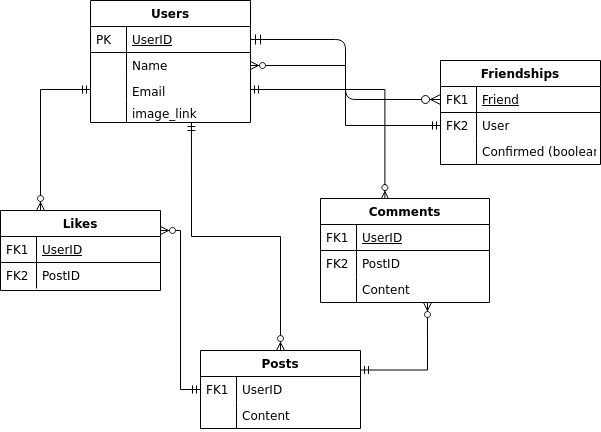
This is docs/social_media.png from microverseinc/ror-social-scaffold, a draw.io export, as it was before one commit. Source tidied: cells renumbered, new cells last; positions are measured from the earlier drawing's top-left corner, leaving out a move shared by most shapes.
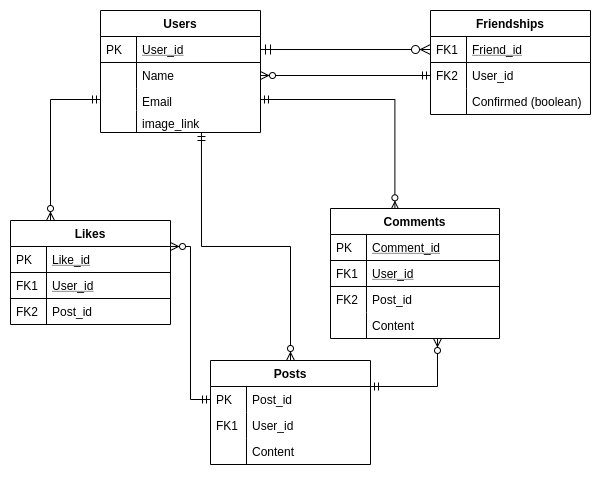
Above is the later version.

Commit message:
update doc img of ERB

Diff of the diagram source:
```diff
@@ -25,74 +25,71 @@
     <mxCell id="8" style="edgeStyle=orthogonalEdgeStyle;rounded=0;jettySize=auto;html=1;exitX=1;exitY=0.5;exitDx=0;exitDy=0;entryX=0.381;entryY=0.01;entryDx=0;entryDy=0;entryPerimeter=0;endArrow=ERzeroToMany;endFill=1;startArrow=ERmandOne;startFill=0;" parent="1" edge="1" source="38" target="26">
       <mxGeometry relative="1" as="geometry" />
     </mxCell>
-    <mxCell id="9" value="Friendships" style="swimlane;fontStyle=1;horizontal=1;startSize=26;rounded=0;shadow=0;strokeWidth=1;" parent="1" vertex="1">
-      <mxGeometry x="440" y="60" width="160" height="104" as="geometry" />
-    </mxCell>
-    <mxCell id="10" value="Friend" style="shape=partialRectangle;top=0;left=0;right=0;bottom=1;align=left;verticalAlign=top;fillColor=none;spacingLeft=40;spacingRight=4;overflow=hidden;points=[[0,0.5],[1,0.5]];portConstraint=eastwest;rounded=0;shadow=0;strokeWidth=1;fontStyle=4;" parent="9" vertex="1">
-      <mxGeometry y="26" width="160" height="26" as="geometry" />
-    </mxCell>
-    <mxCell id="11" value="FK1" style="shape=partialRectangle;top=0;left=0;bottom=0;fillColor=none;align=left;verticalAlign=top;spacingLeft=4;spacingRight=4;overflow=hidden;" parent="10" vertex="1">
-      <mxGeometry width="36" height="26" as="geometry" />
-    </mxCell>
-    <mxCell id="12" value="User" style="shape=partialRectangle;top=0;left=0;right=0;bottom=0;align=left;verticalAlign=top;fillColor=none;spacingLeft=40;spacingRight=4;overflow=hidden;points=[[0,0.5],[1,0.5]];portConstraint=eastwest;rounded=0;shadow=0;strokeWidth=1;" parent="9" vertex="1">
-      <mxGeometry y="52" width="160" height="26" as="geometry" />
-    </mxCell>
-    <mxCell id="13" value="FK2" style="shape=partialRectangle;top=0;left=0;bottom=0;fillColor=none;align=left;verticalAlign=top;spacingLeft=4;spacingRight=4;overflow=hidden;" parent="12" vertex="1">
-      <mxGeometry width="36" height="26" as="geometry" />
-    </mxCell>
-    <mxCell id="14" value="Confirmed (boolean)" style="shape=partialRectangle;top=0;left=0;right=0;bottom=0;align=left;verticalAlign=top;fillColor=none;spacingLeft=40;spacingRight=4;overflow=hidden;rounded=0;shadow=0;strokeWidth=1;" parent="9" vertex="1">
-      <mxGeometry y="78" width="160" height="26" as="geometry" />
-    </mxCell>
-    <mxCell id="15" style="shape=partialRectangle;top=0;left=0;bottom=0;fillColor=none;align=left;verticalAlign=top;spacingLeft=4;spacingRight=4;overflow=hidden;" parent="14" vertex="1">
-      <mxGeometry width="36" height="26" as="geometry" />
-    </mxCell>
     <mxCell id="16" value="Likes" style="swimlane;fontStyle=1;horizontal=1;startSize=26;rounded=0;shadow=0;strokeWidth=1;" parent="1" vertex="1">
-      <mxGeometry y="210" width="160" height="80" as="geometry" />
+      <mxGeometry y="210" width="160" height="104" as="geometry" />
     </mxCell>
+    <mxCell id="42" value="Like_id" style="shape=partialRectangle;top=0;left=0;right=0;bottom=1;align=left;verticalAlign=top;fillColor=none;spacingLeft=40;spacingRight=4;overflow=hidden;rounded=0;shadow=0;strokeWidth=1;fontStyle=4;" parent="16" vertex="1">
+      <mxGeometry y="26" width="160" height="26" as="geometry" />
+    </mxCell>
+    <mxCell id="43" value="PK" style="shape=partialRectangle;top=0;left=0;bottom=0;fillColor=none;align=left;verticalAlign=top;spacingLeft=4;spacingRight=4;overflow=hidden;" parent="42" vertex="1">
+      <mxGeometry width="36" height="26" as="geometry" />
+    </mxCell>
-    <mxCell id="17" value="UserID" style="shape=partialRectangle;top=0;left=0;right=0;bottom=1;align=left;verticalAlign=top;fillColor=none;spacingLeft=40;spacingRight=4;overflow=hidden;rounded=0;shadow=0;strokeWidth=1;fontStyle=4;" parent="16" vertex="1">
-      <mxGeometry y="26" width="160" height="26" as="geometry" />
+    <mxCell id="17" value="User_id" style="shape=partialRectangle;top=0;left=0;right=0;bottom=1;align=left;verticalAlign=top;fillColor=none;spacingLeft=40;spacingRight=4;overflow=hidden;rounded=0;shadow=0;strokeWidth=1;fontStyle=4;" parent="16" vertex="1">
+      <mxGeometry y="52" width="160" height="26" as="geometry" />
     </mxCell>
     <mxCell id="18" value="FK1" style="shape=partialRectangle;top=0;left=0;bottom=0;fillColor=none;align=left;verticalAlign=top;spacingLeft=4;spacingRight=4;overflow=hidden;" parent="17" vertex="1">
       <mxGeometry width="36" height="26" as="geometry" />
     </mxCell>
-    <mxCell id="19" value="PostID" style="shape=partialRectangle;top=0;left=0;right=0;bottom=0;align=left;verticalAlign=top;fillColor=none;spacingLeft=40;spacingRight=4;overflow=hidden;rounded=0;shadow=0;strokeWidth=1;" parent="16" vertex="1">
-      <mxGeometry y="52" width="160" height="26" as="geometry" />
+    <mxCell id="19" value="Post_id" style="shape=partialRectangle;top=0;left=0;right=0;bottom=0;align=left;verticalAlign=top;fillColor=none;spacingLeft=40;spacingRight=4;overflow=hidden;rounded=0;shadow=0;strokeWidth=1;" parent="16" vertex="1">
+      <mxGeometry y="78" width="160" height="26" as="geometry" />
     </mxCell>
     <mxCell id="20" value="FK2" style="shape=partialRectangle;top=0;left=0;bottom=0;fillColor=none;align=left;verticalAlign=top;spacingLeft=4;spacingRight=4;overflow=hidden;" parent="19" vertex="1">
       <mxGeometry width="36" height="26" as="geometry" />
     </mxCell>
     <mxCell id="21" value="Posts" style="swimlane;fontStyle=1;horizontal=1;startSize=26;rounded=0;shadow=0;strokeWidth=1;" parent="1" vertex="1">
-      <mxGeometry x="200" y="350" width="160" height="78" as="geometry" />
+      <mxGeometry x="200" y="350" width="160" height="104" as="geometry" />
     </mxCell>
-    <mxCell id="22" value="UserID" style="shape=partialRectangle;top=0;left=0;right=0;bottom=0;align=left;verticalAlign=top;fillColor=none;spacingLeft=40;spacingRight=4;overflow=hidden;rounded=0;shadow=0;strokeWidth=1;" parent="21" vertex="1">
+    <mxCell id="22" value="Post_id" style="shape=partialRectangle;top=0;left=0;right=0;bottom=0;align=left;verticalAlign=top;fillColor=none;spacingLeft=40;spacingRight=4;overflow=hidden;rounded=0;shadow=0;strokeWidth=1;" parent="21" vertex="1">
       <mxGeometry y="26" width="160" height="26" as="geometry" />
     </mxCell>
-    <mxCell id="23" value="FK1" style="shape=partialRectangle;top=0;left=0;bottom=0;fillColor=none;align=left;verticalAlign=top;spacingLeft=4;spacingRight=4;overflow=hidden;" parent="22" vertex="1">
+    <mxCell id="23" value="PK" style="shape=partialRectangle;top=0;left=0;bottom=0;fillColor=none;align=left;verticalAlign=top;spacingLeft=4;spacingRight=4;overflow=hidden;" parent="22" vertex="1">
       <mxGeometry width="36" height="26" as="geometry" />
     </mxCell>
+    <mxCell id="44" value="User_id" style="shape=partialRectangle;top=0;left=0;right=0;bottom=0;align=left;verticalAlign=top;fillColor=none;spacingLeft=40;spacingRight=4;overflow=hidden;rounded=0;shadow=0;strokeWidth=1;" parent="21" vertex="1">
+      <mxGeometry y="52" width="160" height="26" as="geometry" />
+    </mxCell>
+    <mxCell id="45" value="FK1" style="shape=partialRectangle;top=0;left=0;bottom=0;fillColor=none;align=left;verticalAlign=top;spacingLeft=4;spacingRight=4;overflow=hidden;" parent="44" vertex="1">
+      <mxGeometry width="36" height="26" as="geometry" />
+    </mxCell>
     <mxCell id="24" value="Content" style="shape=partialRectangle;top=0;left=0;right=0;bottom=0;align=left;verticalAlign=top;fillColor=none;spacingLeft=40;spacingRight=4;overflow=hidden;rounded=0;shadow=0;strokeWidth=1;" parent="21" vertex="1">
-      <mxGeometry y="52" width="160" height="26" as="geometry" />
+      <mxGeometry y="78" width="160" height="26" as="geometry" />
     </mxCell>
     <mxCell id="25" style="shape=partialRectangle;top=0;left=0;bottom=0;fillColor=none;align=left;verticalAlign=top;spacingLeft=4;spacingRight=4;overflow=hidden;" parent="24" vertex="1">
       <mxGeometry width="36" height="26" as="geometry" />
     </mxCell>
     <mxCell id="26" value="Comments" style="swimlane;fontStyle=1;horizontal=1;startSize=26;rounded=0;shadow=0;strokeWidth=1;" parent="1" vertex="1">
-      <mxGeometry x="320" y="198" width="169" height="104" as="geometry" />
+      <mxGeometry x="320" y="198" width="169" height="130" as="geometry" />
     </mxCell>
-    <mxCell id="27" value="UserID" style="shape=partialRectangle;top=0;left=0;right=0;bottom=1;align=left;verticalAlign=top;fillColor=none;spacingLeft=40;spacingRight=4;overflow=hidden;rounded=0;shadow=0;strokeWidth=1;fontStyle=4;" parent="26" vertex="1">
+    <mxCell id="27" value="Comment_id" style="shape=partialRectangle;top=0;left=0;right=0;bottom=1;align=left;verticalAlign=top;fillColor=none;spacingLeft=40;spacingRight=4;overflow=hidden;rounded=0;shadow=0;strokeWidth=1;fontStyle=4;" parent="26" vertex="1">
       <mxGeometry y="26" width="169" height="26" as="geometry" />
     </mxCell>
-    <mxCell id="28" value="FK1" style="shape=partialRectangle;top=0;left=0;bottom=0;fillColor=none;align=left;verticalAlign=top;spacingLeft=4;spacingRight=4;overflow=hidden;" parent="27" vertex="1">
+    <mxCell id="28" value="PK" style="shape=partialRectangle;top=0;left=0;bottom=0;fillColor=none;align=left;verticalAlign=top;spacingLeft=4;spacingRight=4;overflow=hidden;" parent="27" vertex="1">
       <mxGeometry width="36" height="26" as="geometry" />
     </mxCell>
+    <mxCell id="46" value="User_id" style="shape=partialRectangle;top=0;left=0;right=0;bottom=1;align=left;verticalAlign=top;fillColor=none;spacingLeft=40;spacingRight=4;overflow=hidden;rounded=0;shadow=0;strokeWidth=1;fontStyle=4;" parent="26" vertex="1">
+      <mxGeometry y="52" width="169" height="26" as="geometry" />
+    </mxCell>
+    <mxCell id="47" value="FK1" style="shape=partialRectangle;top=0;left=0;bottom=0;fillColor=none;align=left;verticalAlign=top;spacingLeft=4;spacingRight=4;overflow=hidden;" parent="46" vertex="1">
+      <mxGeometry width="36" height="26" as="geometry" />
+    </mxCell>
-    <mxCell id="29" value="PostID" style="shape=partialRectangle;top=0;left=0;right=0;bottom=0;align=left;verticalAlign=top;fillColor=none;spacingLeft=40;spacingRight=4;overflow=hidden;rounded=0;shadow=0;strokeWidth=1;" parent="26" vertex="1">
-      <mxGeometry y="52" width="169" height="26" as="geometry" />
+    <mxCell id="29" value="Post_id" style="shape=partialRectangle;top=0;left=0;right=0;bottom=0;align=left;verticalAlign=top;fillColor=none;spacingLeft=40;spacingRight=4;overflow=hidden;rounded=0;shadow=0;strokeWidth=1;" parent="26" vertex="1">
+      <mxGeometry y="78" width="169" height="26" as="geometry" />
     </mxCell>
     <mxCell id="30" value="FK2" style="shape=partialRectangle;top=0;left=0;bottom=0;fillColor=none;align=left;verticalAlign=top;spacingLeft=4;spacingRight=4;overflow=hidden;" parent="29" vertex="1">
       <mxGeometry width="36" height="26" as="geometry" />
     </mxCell>
     <mxCell id="31" value="Content" style="shape=partialRectangle;top=0;left=0;right=0;bottom=0;align=left;verticalAlign=top;fillColor=none;spacingLeft=40;spacingRight=4;overflow=hidden;points=[[0,0.5],[1,0.5]];portConstraint=eastwest;rounded=0;shadow=0;strokeWidth=1;" parent="26" vertex="1">
-      <mxGeometry y="78" width="169" height="26" as="geometry" />
+      <mxGeometry y="104" width="169" height="26" as="geometry" />
     </mxCell>
     <mxCell id="32" style="shape=partialRectangle;top=0;left=0;bottom=0;fillColor=none;align=left;verticalAlign=top;spacingLeft=4;spacingRight=4;overflow=hidden;" parent="31" vertex="1">
       <mxGeometry width="36" height="26" as="geometry" />
@@ -100,7 +97,7 @@
     <mxCell id="33" value="Users" style="swimlane;fontStyle=1;horizontal=1;startSize=26;rounded=0;shadow=0;strokeWidth=1;" parent="1" vertex="1">
       <mxGeometry x="90" width="160" height="122" as="geometry" />
     </mxCell>
-    <mxCell id="34" value="UserID" style="shape=partialRectangle;top=0;left=0;right=0;bottom=1;align=left;verticalAlign=top;fillColor=none;spacingLeft=40;spacingRight=4;overflow=hidden;points=[[0,0.5],[1,0.5]];portConstraint=eastwest;rounded=0;shadow=0;strokeWidth=1;fontStyle=4;" parent="33" vertex="1">
+    <mxCell id="34" value="User_id" style="shape=partialRectangle;top=0;left=0;right=0;bottom=1;align=left;verticalAlign=top;fillColor=none;spacingLeft=40;spacingRight=4;overflow=hidden;points=[[0,0.5],[1,0.5]];portConstraint=eastwest;rounded=0;shadow=0;strokeWidth=1;fontStyle=4;" parent="33" vertex="1">
       <mxGeometry y="26" width="160" height="26" as="geometry" />
     </mxCell>
     <mxCell id="35" value="PK" style="shape=partialRectangle;top=0;left=0;bottom=0;fillColor=none;align=left;verticalAlign=top;spacingLeft=4;spacingRight=4;overflow=hidden;" parent="34" vertex="1">
@@ -124,5 +121,26 @@
     <mxCell id="41" style="shape=partialRectangle;top=0;left=0;bottom=0;fillColor=none;align=left;verticalAlign=top;spacingLeft=4;spacingRight=4;overflow=hidden;" parent="40" vertex="1">
       <mxGeometry width="36" height="22" as="geometry" />
     </mxCell>
+    <mxCell id="9" value="Friendships" style="swimlane;fontStyle=1;horizontal=1;startSize=26;rounded=0;shadow=0;strokeWidth=1;" parent="1" vertex="1">
+      <mxGeometry x="420" width="160" height="104" as="geometry" />
+    </mxCell>
+    <mxCell id="10" value="Friend_id" style="shape=partialRectangle;top=0;left=0;right=0;bottom=1;align=left;verticalAlign=top;fillColor=none;spacingLeft=40;spacingRight=4;overflow=hidden;points=[[0,0.5],[1,0.5]];portConstraint=eastwest;rounded=0;shadow=0;strokeWidth=1;fontStyle=4;" parent="9" vertex="1">
+      <mxGeometry y="26" width="160" height="26" as="geometry" />
+    </mxCell>
+    <mxCell id="11" value="FK1" style="shape=partialRectangle;top=0;left=0;bottom=0;fillColor=none;align=left;verticalAlign=top;spacingLeft=4;spacingRight=4;overflow=hidden;" parent="10" vertex="1">
+      <mxGeometry width="36" height="26" as="geometry" />
+    </mxCell>
+    <mxCell id="12" value="User_id" style="shape=partialRectangle;top=0;left=0;right=0;bottom=0;align=left;verticalAlign=top;fillColor=none;spacingLeft=40;spacingRight=4;overflow=hidden;points=[[0,0.5],[1,0.5]];portConstraint=eastwest;rounded=0;shadow=0;strokeWidth=1;" parent="9" vertex="1">
+      <mxGeometry y="52" width="160" height="26" as="geometry" />
+    </mxCell>
+    <mxCell id="13" value="FK2" style="shape=partialRectangle;top=0;left=0;bottom=0;fillColor=none;align=left;verticalAlign=top;spacingLeft=4;spacingRight=4;overflow=hidden;" parent="12" vertex="1">
+      <mxGeometry width="36" height="26" as="geometry" />
+    </mxCell>
+    <mxCell id="14" value="Confirmed (boolean)" style="shape=partialRectangle;top=0;left=0;right=0;bottom=0;align=left;verticalAlign=top;fillColor=none;spacingLeft=40;spacingRight=4;overflow=hidden;rounded=0;shadow=0;strokeWidth=1;" parent="9" vertex="1">
+      <mxGeometry y="78" width="160" height="26" as="geometry" />
+    </mxCell>
+    <mxCell id="15" style="shape=partialRectangle;top=0;left=0;bottom=0;fillColor=none;align=left;verticalAlign=top;spacingLeft=4;spacingRight=4;overflow=hidden;" parent="14" vertex="1">
+      <mxGeometry width="36" height="26" as="geometry" />
+    </mxCell>
   </root>
 </mxGraphModel>
```
